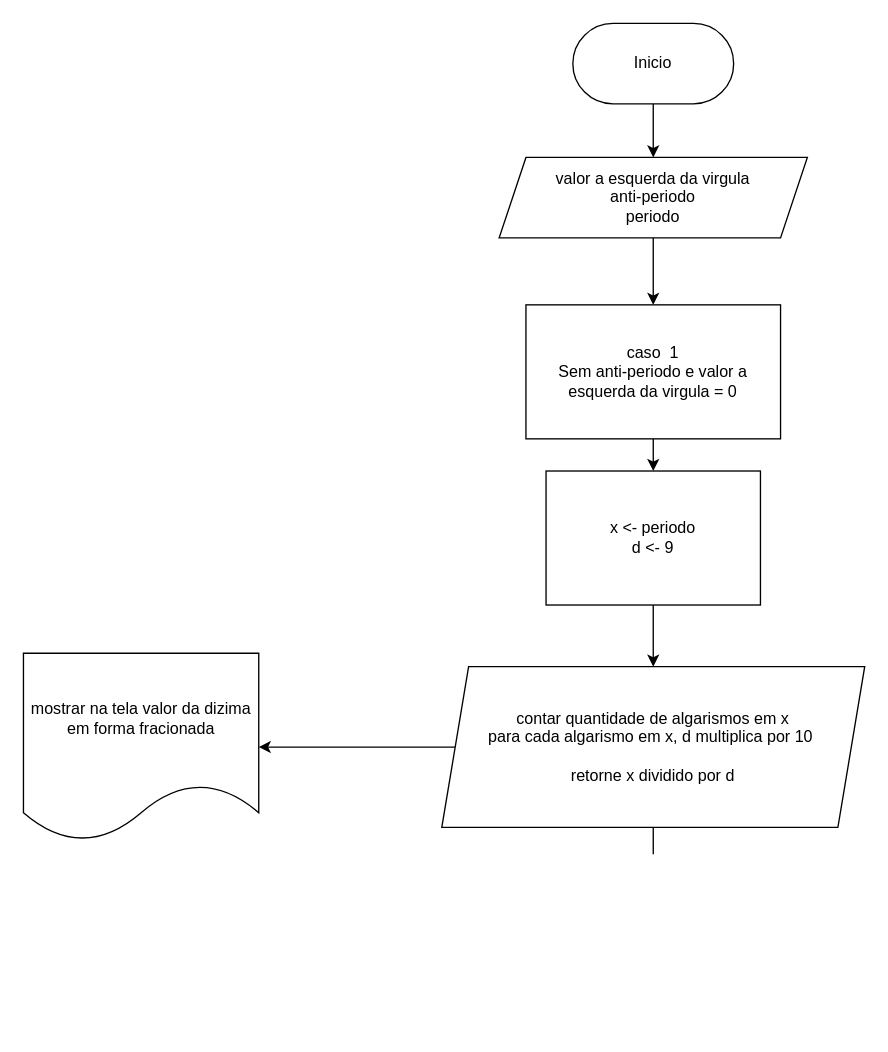
This is Diagrama sem nome.drawio from AndreyGalaxz/diagramas, a draw.io file, before an edit. Source tidied: cells renumbered, new cells numbered last; positions are measured from the earlier drawing's top-left corner, leaving out a move shared by most shapes. Both pictures are drawn from the tidied source at 134%, with x=0, y=0 at pixel (23, 23).
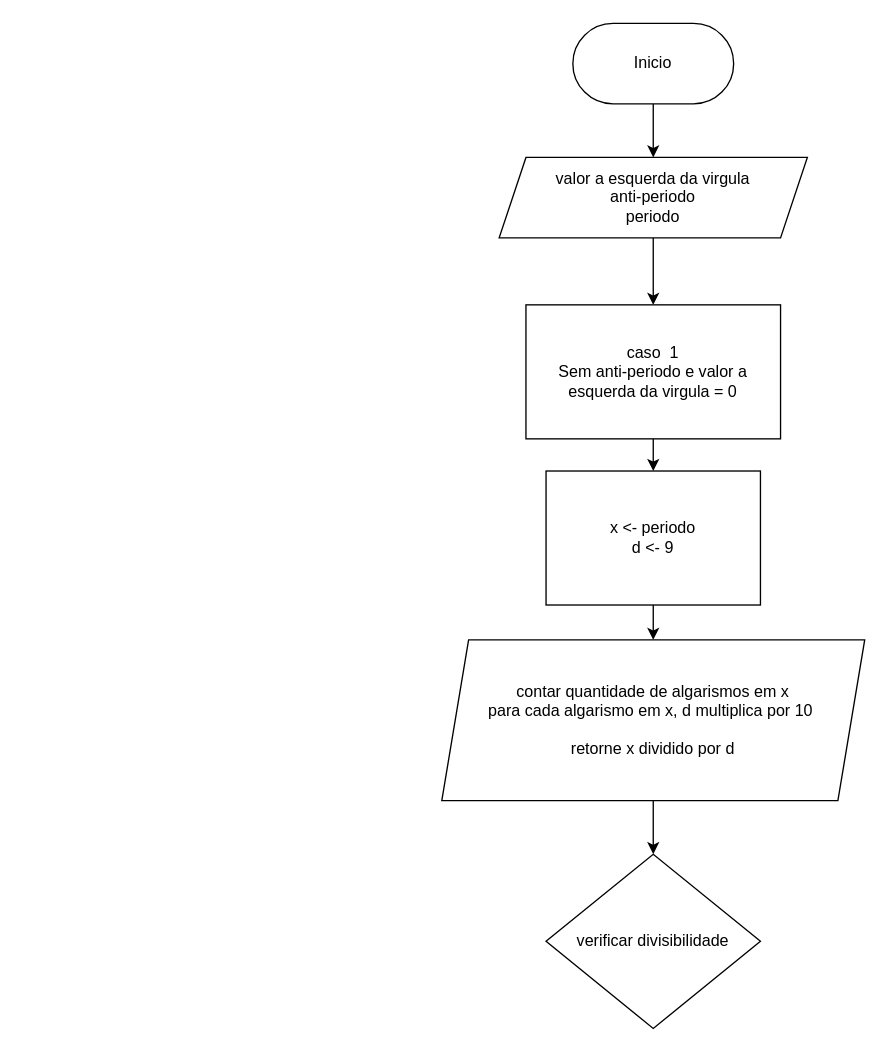
The same page after the edit.

Diff of the diagram source:
```diff
@@
 <mxGraphModel>
   <root>
     <mxCell id="0" />
     <mxCell id="1" parent="0" />
     <mxCell id="2" style="edgeStyle=orthogonalEdgeStyle;rounded=0;jettySize=auto;html=1;" parent="1" edge="1" source="3" target="5">
       <mxGeometry relative="1" as="geometry" />
     </mxCell>
     <mxCell id="3" value="Inicio" style="rounded=1;whiteSpace=wrap;html=1;arcSize=50;" parent="1" vertex="1">
       <mxGeometry x="410" width="120" height="60" as="geometry" />
     </mxCell>
     <mxCell id="4" style="edgeStyle=orthogonalEdgeStyle;rounded=0;jettySize=auto;html=1;" parent="1" edge="1" source="5" target="7">
       <mxGeometry relative="1" as="geometry" />
     </mxCell>
     <mxCell id="5" value="valor a esquerda da virgula&lt;br&gt;anti-periodo&lt;br&gt;periodo" style="shape=parallelogram;perimeter=parallelogramPerimeter;whiteSpace=wrap;html=1;fixedSize=1;rounded=1;arcSize=0;" parent="1" vertex="1">
       <mxGeometry x="355" y="100" width="230" height="60" as="geometry" />
     </mxCell>
     <mxCell id="6" style="edgeStyle=orthogonalEdgeStyle;rounded=0;jettySize=auto;html=1;" parent="1" edge="1" source="7" target="9">
       <mxGeometry relative="1" as="geometry" />
     </mxCell>
     <mxCell id="7" value="caso&amp;nbsp; 1&lt;br&gt;Sem anti-periodo e valor a esquerda da virgula = 0" style="whiteSpace=wrap;html=1;rounded=1;arcSize=0;" parent="1" vertex="1">
       <mxGeometry x="375" y="210" width="190" height="100" as="geometry" />
     </mxCell>
     <mxCell id="8" style="edgeStyle=orthogonalEdgeStyle;rounded=0;jettySize=auto;html=1;" parent="1" edge="1" source="9" target="12">
       <mxGeometry relative="1" as="geometry" />
     </mxCell>
     <mxCell id="9" value="x &amp;lt;- periodo&lt;br&gt;d &amp;lt;- 9" style="whiteSpace=wrap;html=1;rounded=1;arcSize=0;" parent="1" vertex="1">
       <mxGeometry x="390" y="334" width="160" height="100" as="geometry" />
     </mxCell>
-    <mxCell id="10" style="edgeStyle=orthogonalEdgeStyle;rounded=0;jettySize=auto;html=1;" parent="1" edge="1" source="12">
-      <mxGeometry relative="1" as="geometry">
-        <mxPoint x="470" y="590" as="targetPoint" />
-      </mxGeometry>
-    </mxCell>
-    <mxCell id="11" style="edgeStyle=orthogonalEdgeStyle;rounded=0;jettySize=auto;html=1;" parent="1" edge="1" source="12" target="13">
-      <mxGeometry relative="1" as="geometry" />
-    </mxCell>
+    <mxCell id="14" style="edgeStyle=orthogonalEdgeStyle;rounded=0;jettySize=auto;html=1;" parent="1" edge="1" source="12" target="15">
+      <mxGeometry relative="1" as="geometry" />
+    </mxCell>
     <mxCell id="12" value="contar quantidade de algarismos em x&lt;br&gt;para cada algarismo em x, d multiplica por 10&amp;nbsp;&lt;br&gt;&lt;br&gt;retorne x dividido por d" style="shape=parallelogram;perimeter=parallelogramPerimeter;whiteSpace=wrap;html=1;fixedSize=1;rounded=1;arcSize=0;" parent="1" vertex="1">
-      <mxGeometry x="312.2" y="480" width="315.6" height="120" as="geometry" />
+      <mxGeometry x="312.2" y="460" width="315.6" height="120" as="geometry" />
     </mxCell>
-    <mxCell id="13" value="mostrar na tela valor da dizima em forma fracionada" style="shape=document;whiteSpace=wrap;html=1;boundedLbl=1;rounded=1;arcSize=0;" parent="1" vertex="1">
-      <mxGeometry y="470" width="175.6" height="140" as="geometry" />
-    </mxCell>
+    <mxCell id="15" value="verificar divisibilidade" style="rhombus;whiteSpace=wrap;html=1;rounded=1;arcSize=0;" parent="1" vertex="1">
+      <mxGeometry x="390" y="620" width="160" height="130" as="geometry" />
+    </mxCell>
   </root>
 </mxGraphModel>
```
